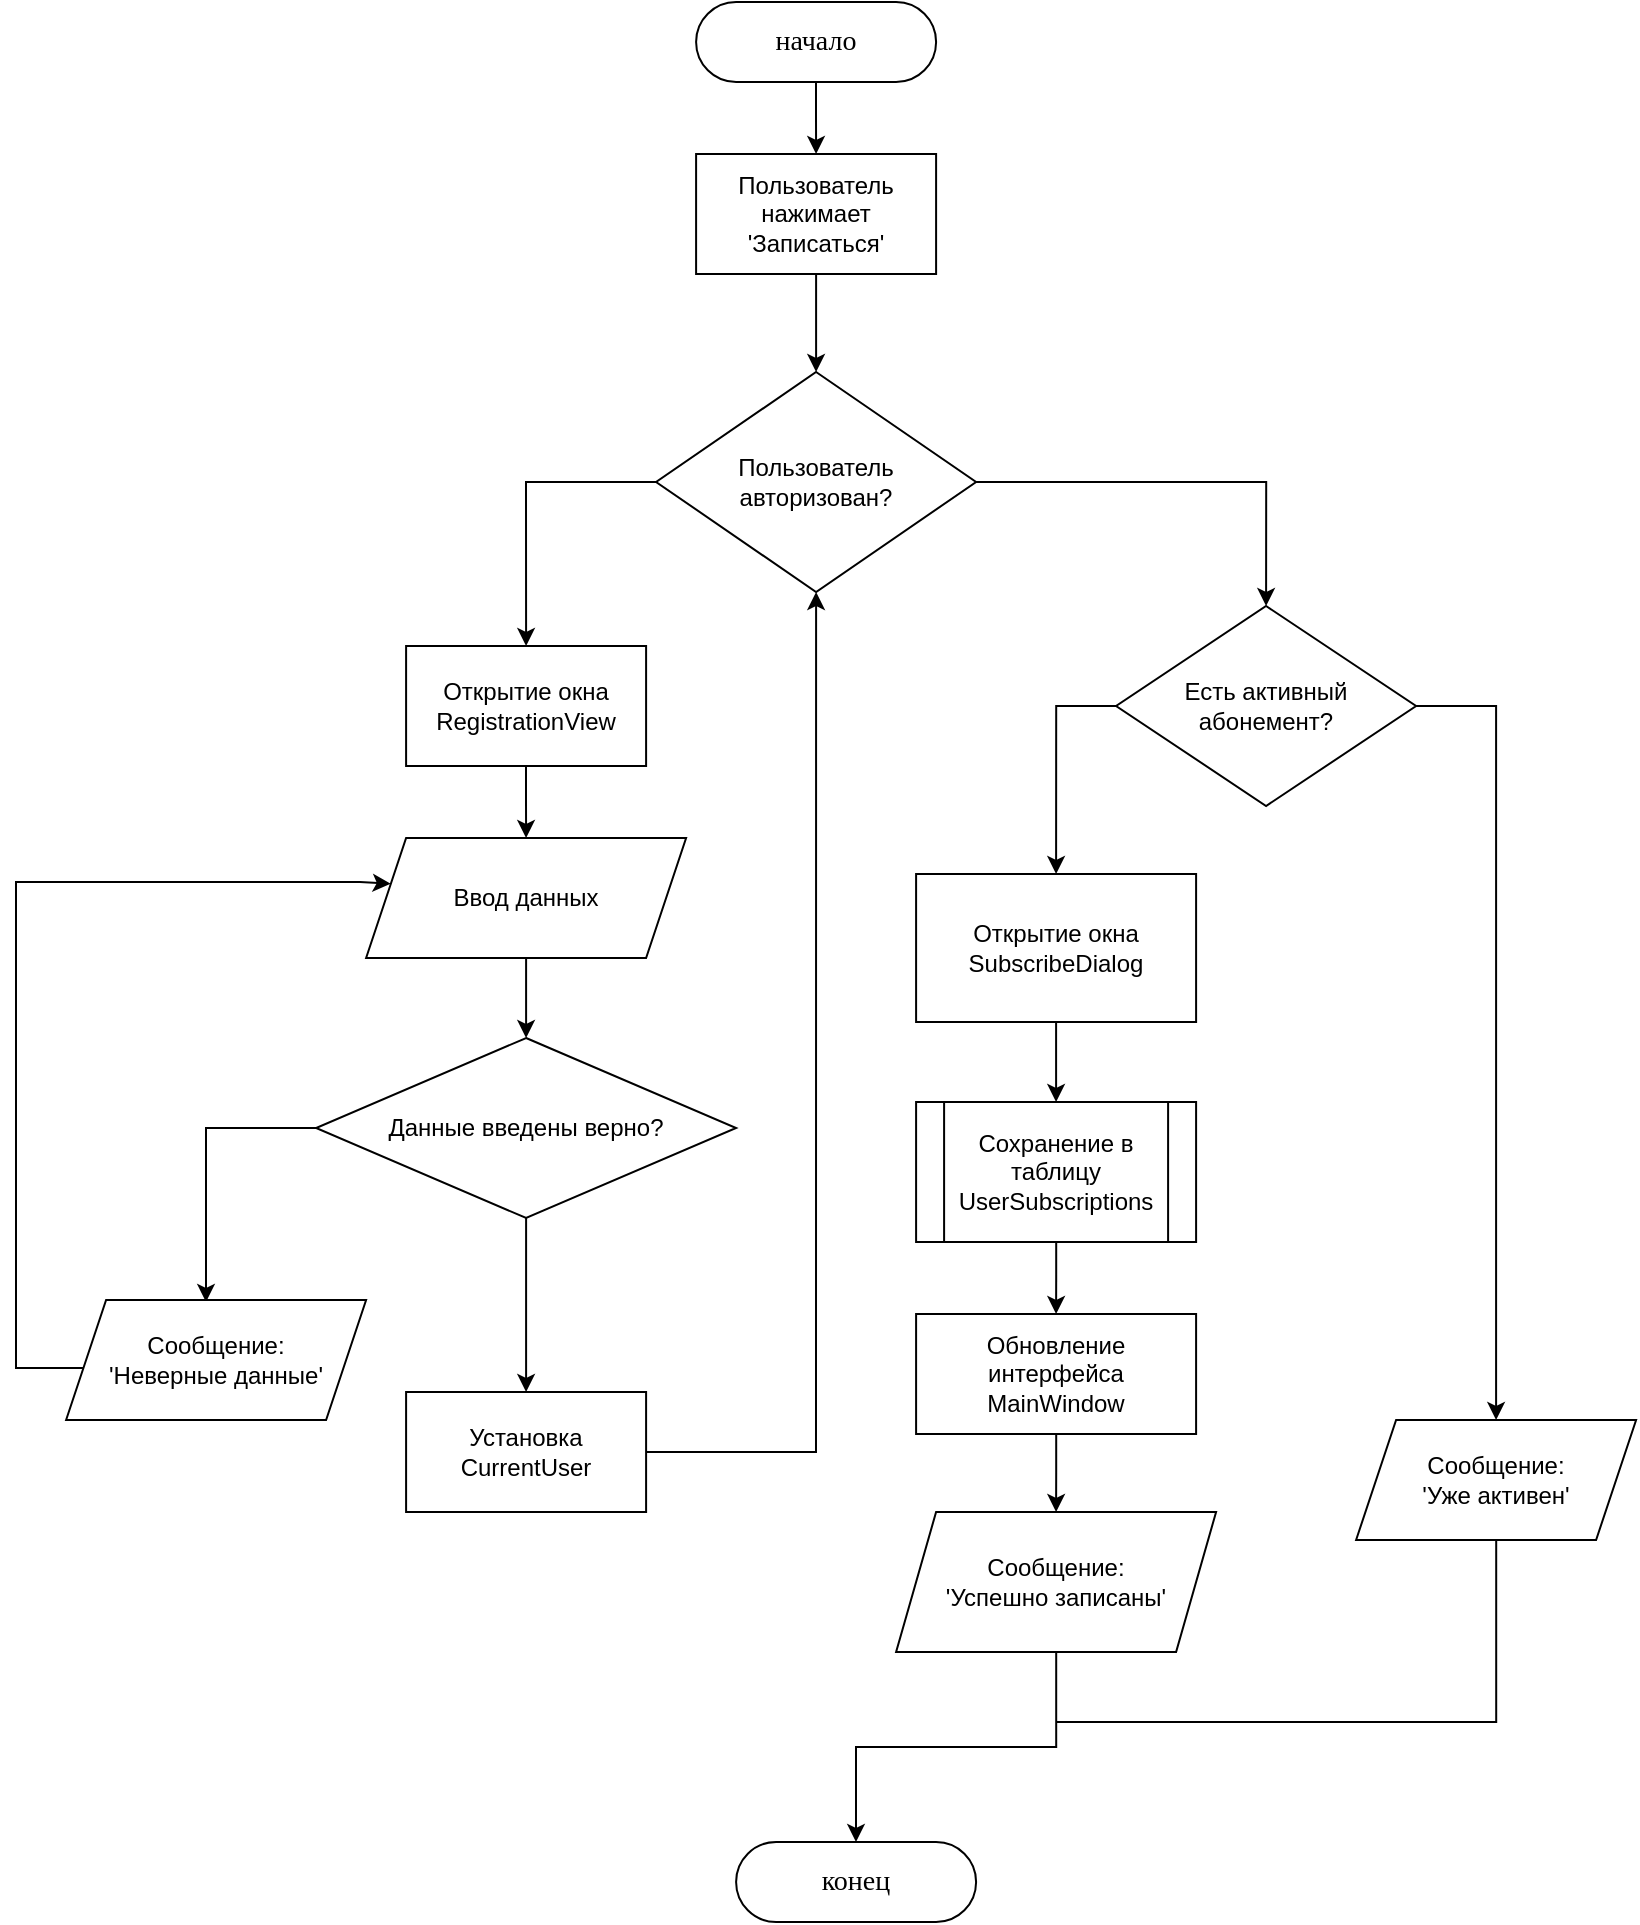
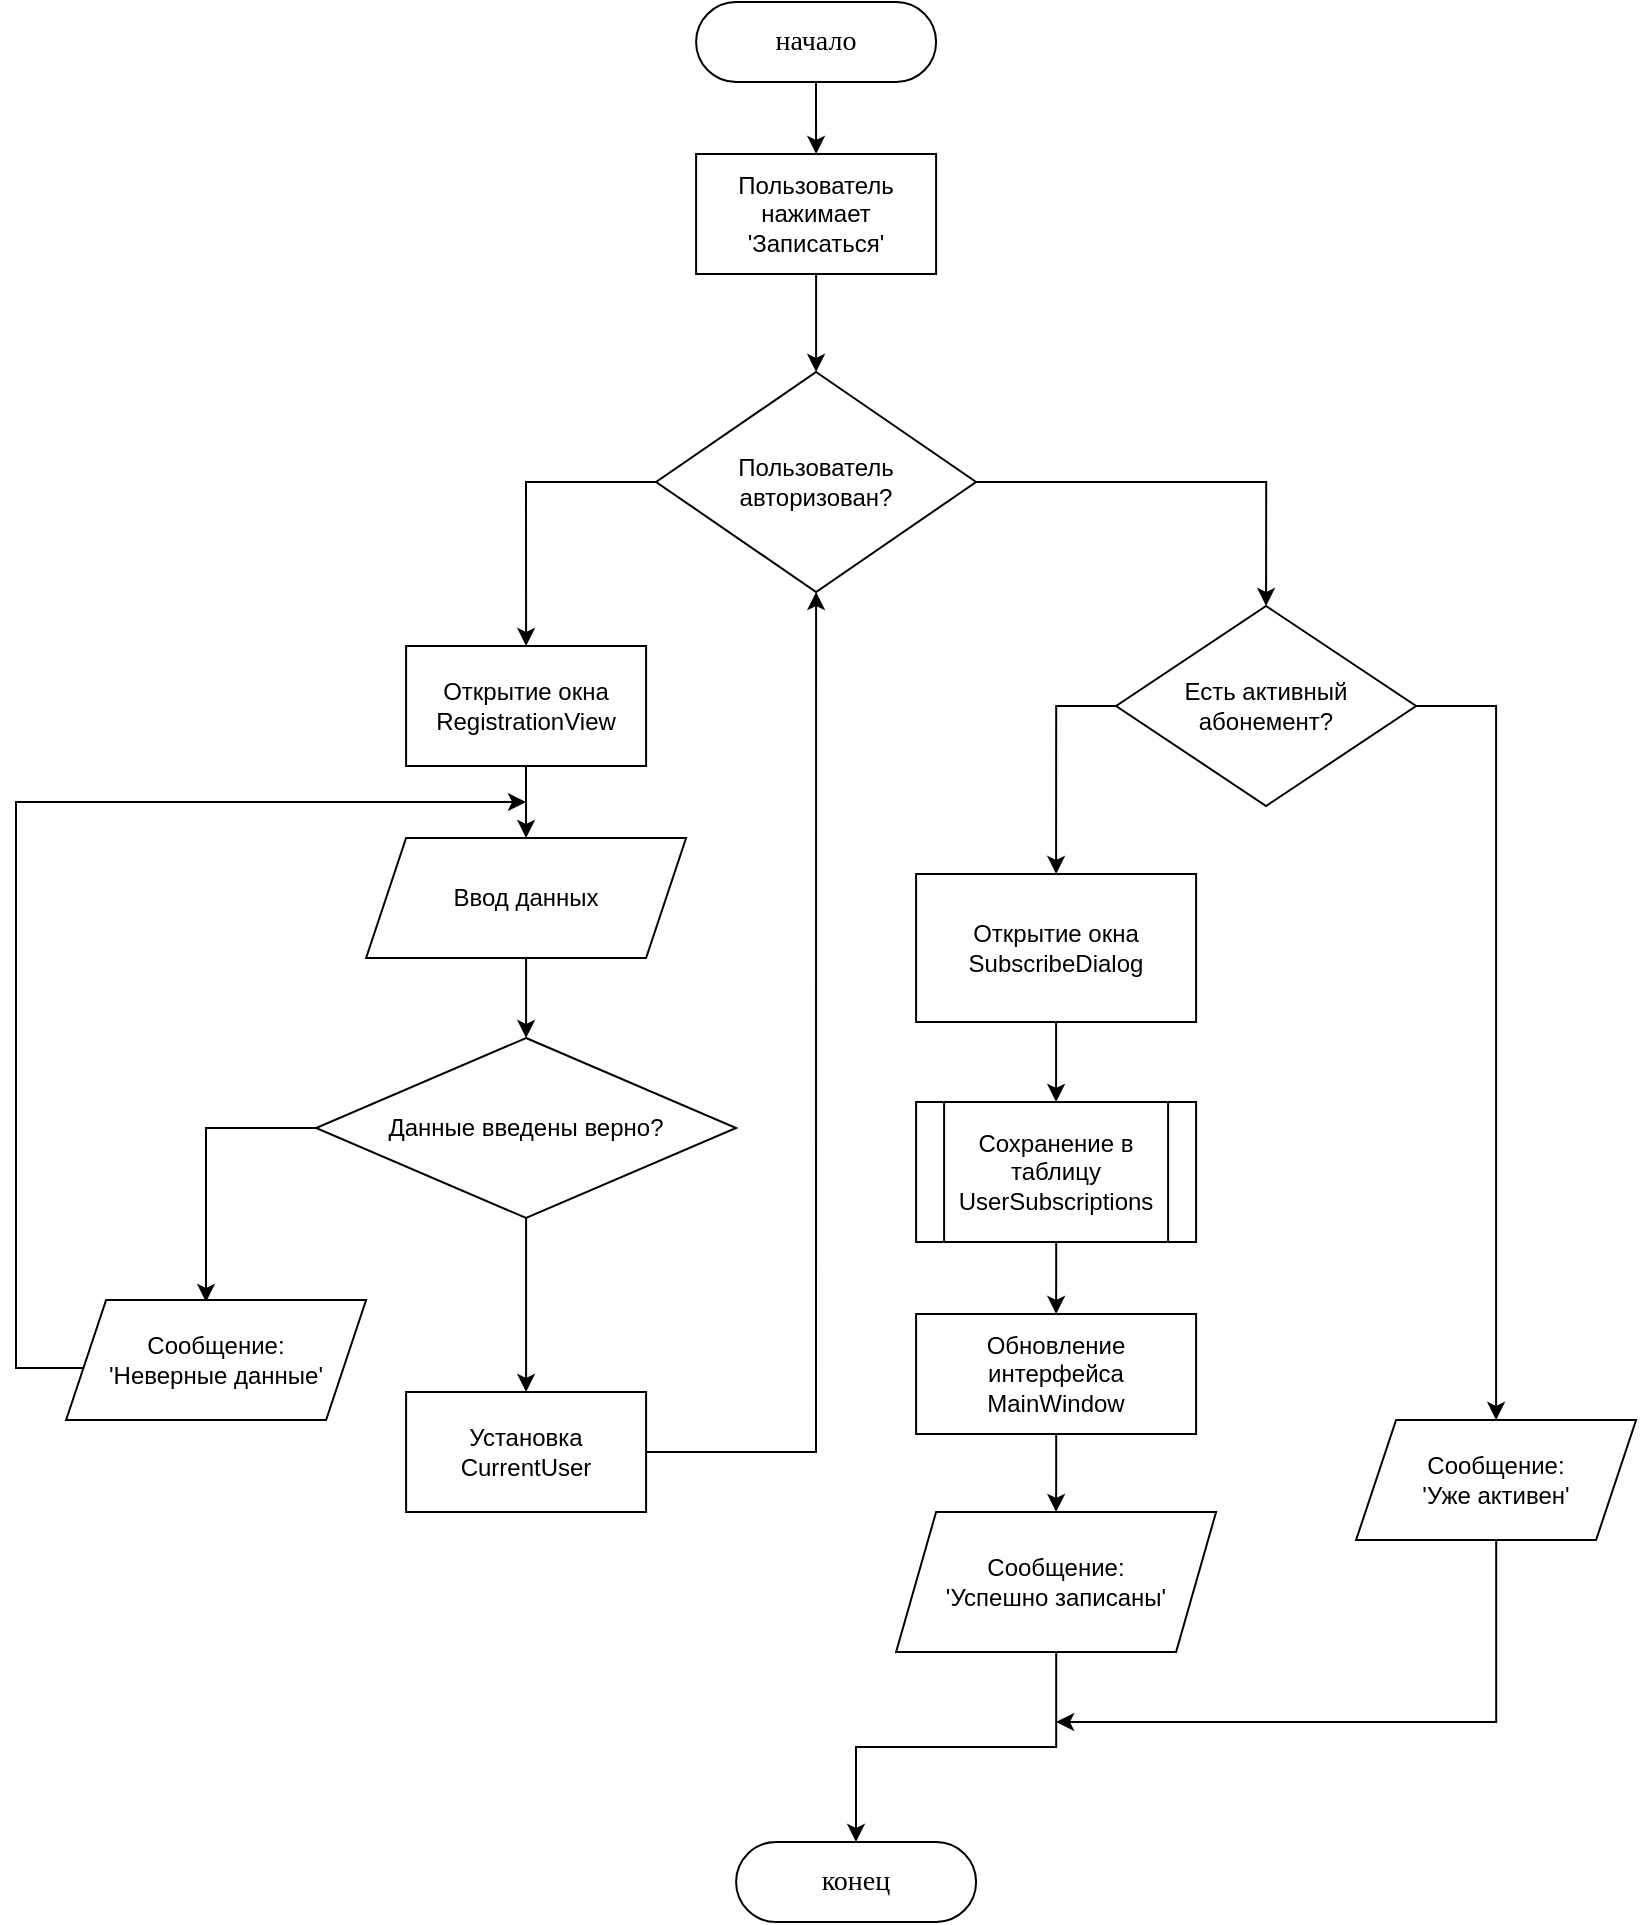
<mxfile host="app.diagrams.net">
  <diagram id="C5RBs43oDa-KdzZeNtuy" name="Page-1">
-     <mxGraphModel dx="890" dy="-1401" grid="1" gridSize="10" guides="1" tooltips="1" connect="1" arrows="1" fold="1" page="1" pageScale="1" pageWidth="827" pageHeight="1169" math="0" shadow="0">
+     <mxGraphModel dx="-621" dy="-2219" grid="1" gridSize="10" guides="1" tooltips="1" connect="1" arrows="1" fold="1" page="1" pageScale="1" pageWidth="827" pageHeight="1169" math="0" shadow="0">
      <root>
        <mxCell id="WIyWlLk6GJQsqaUBKTNV-0" />
        <mxCell id="WIyWlLk6GJQsqaUBKTNV-1" parent="WIyWlLk6GJQsqaUBKTNV-0" />
        <mxCell id="DR_rWH7iAZZxHhWdZTWf-97" edge="1" parent="WIyWlLk6GJQsqaUBKTNV-1" source="DR_rWH7iAZZxHhWdZTWf-95" style="edgeStyle=orthogonalEdgeStyle;rounded=0;orthogonalLoop=1;jettySize=auto;html=1;entryX=0.5;entryY=0;entryDx=0;entryDy=0;" target="DR_rWH7iAZZxHhWdZTWf-96">
          <mxGeometry relative="1" as="geometry" />
        </mxCell>
        <mxCell id="DR_rWH7iAZZxHhWdZTWf-95" parent="WIyWlLk6GJQsqaUBKTNV-1" style="rounded=1;whiteSpace=wrap;html=1;arcSize=50;" value="&lt;font style=&quot;font-size: 14px;&quot; face=&quot;Times New Roman&quot;&gt;начало&lt;/font&gt;" vertex="1">
          <mxGeometry height="40" width="120" x="1180.05" y="2460" as="geometry" />
        </mxCell>
        <mxCell id="DR_rWH7iAZZxHhWdZTWf-104" edge="1" parent="WIyWlLk6GJQsqaUBKTNV-1" source="DR_rWH7iAZZxHhWdZTWf-96" style="edgeStyle=orthogonalEdgeStyle;rounded=0;orthogonalLoop=1;jettySize=auto;html=1;entryX=0.5;entryY=0;entryDx=0;entryDy=0;" target="DR_rWH7iAZZxHhWdZTWf-98">
          <mxGeometry relative="1" as="geometry" />
        </mxCell>
        <mxCell id="DR_rWH7iAZZxHhWdZTWf-96" parent="WIyWlLk6GJQsqaUBKTNV-1" style="rounded=0;whiteSpace=wrap;html=1;" value="Пользователь нажимает&lt;br style=&quot;padding: 0px; margin: 0px;&quot;&gt;&#39;Записаться&#39;" vertex="1">
          <mxGeometry height="60" width="120" x="1180.05" y="2536" as="geometry" />
        </mxCell>
        <mxCell id="DR_rWH7iAZZxHhWdZTWf-105" edge="1" parent="WIyWlLk6GJQsqaUBKTNV-1" source="DR_rWH7iAZZxHhWdZTWf-98" style="edgeStyle=orthogonalEdgeStyle;rounded=0;orthogonalLoop=1;jettySize=auto;html=1;entryX=0.5;entryY=0;entryDx=0;entryDy=0;" target="DR_rWH7iAZZxHhWdZTWf-99">
          <mxGeometry relative="1" as="geometry" />
        </mxCell>
        <mxCell id="DR_rWH7iAZZxHhWdZTWf-115" edge="1" parent="WIyWlLk6GJQsqaUBKTNV-1" source="DR_rWH7iAZZxHhWdZTWf-98" style="edgeStyle=orthogonalEdgeStyle;rounded=0;orthogonalLoop=1;jettySize=auto;html=1;entryX=0.5;entryY=0;entryDx=0;entryDy=0;" target="DR_rWH7iAZZxHhWdZTWf-114">
          <mxGeometry relative="1" as="geometry" />
        </mxCell>
        <mxCell id="DR_rWH7iAZZxHhWdZTWf-98" parent="WIyWlLk6GJQsqaUBKTNV-1" style="rhombus;whiteSpace=wrap;html=1;" value="Пользователь&lt;br style=&quot;padding: 0px; margin: 0px;&quot;&gt;авторизован?" vertex="1">
          <mxGeometry height="110" width="160" x="1160.05" y="2645" as="geometry" />
        </mxCell>
        <mxCell id="DR_rWH7iAZZxHhWdZTWf-106" edge="1" parent="WIyWlLk6GJQsqaUBKTNV-1" source="DR_rWH7iAZZxHhWdZTWf-99" style="edgeStyle=orthogonalEdgeStyle;rounded=0;orthogonalLoop=1;jettySize=auto;html=1;entryX=0.5;entryY=0;entryDx=0;entryDy=0;" target="DR_rWH7iAZZxHhWdZTWf-100">
          <mxGeometry relative="1" as="geometry" />
        </mxCell>
        <mxCell id="DR_rWH7iAZZxHhWdZTWf-99" parent="WIyWlLk6GJQsqaUBKTNV-1" style="rounded=0;whiteSpace=wrap;html=1;" value="Открытие окна&lt;br style=&quot;padding: 0px; margin: 0px;&quot;&gt;RegistrationView" vertex="1">
          <mxGeometry height="60" width="120" x="1035.05" y="2782" as="geometry" />
        </mxCell>
        <mxCell id="DR_rWH7iAZZxHhWdZTWf-107" edge="1" parent="WIyWlLk6GJQsqaUBKTNV-1" source="DR_rWH7iAZZxHhWdZTWf-100" style="edgeStyle=orthogonalEdgeStyle;rounded=0;orthogonalLoop=1;jettySize=auto;html=1;entryX=0.5;entryY=0;entryDx=0;entryDy=0;" target="DR_rWH7iAZZxHhWdZTWf-102">
          <mxGeometry relative="1" as="geometry" />
        </mxCell>
        <mxCell id="DR_rWH7iAZZxHhWdZTWf-100" parent="WIyWlLk6GJQsqaUBKTNV-1" style="shape=parallelogram;perimeter=parallelogramPerimeter;whiteSpace=wrap;html=1;fixedSize=1;" value="Ввод данных" vertex="1">
          <mxGeometry height="60" width="160" x="1015.05" y="2878" as="geometry" />
        </mxCell>
        <mxCell id="DR_rWH7iAZZxHhWdZTWf-109" edge="1" parent="WIyWlLk6GJQsqaUBKTNV-1" source="DR_rWH7iAZZxHhWdZTWf-102" style="edgeStyle=orthogonalEdgeStyle;rounded=0;orthogonalLoop=1;jettySize=auto;html=1;">
          <mxGeometry relative="1" as="geometry">
            <Array as="points">
              <mxPoint x="935" y="3023" />
              <mxPoint x="935" y="3109" />
            </Array>
            <mxPoint x="935" y="3110" as="targetPoint" />
          </mxGeometry>
        </mxCell>
        <mxCell id="DR_rWH7iAZZxHhWdZTWf-112" edge="1" parent="WIyWlLk6GJQsqaUBKTNV-1" source="DR_rWH7iAZZxHhWdZTWf-102" style="edgeStyle=orthogonalEdgeStyle;rounded=0;orthogonalLoop=1;jettySize=auto;html=1;entryX=0.5;entryY=0;entryDx=0;entryDy=0;" target="DR_rWH7iAZZxHhWdZTWf-111">
          <mxGeometry relative="1" as="geometry" />
        </mxCell>
        <mxCell id="DR_rWH7iAZZxHhWdZTWf-102" parent="WIyWlLk6GJQsqaUBKTNV-1" style="rhombus;whiteSpace=wrap;html=1;" value="Данные введены верно?" vertex="1">
          <mxGeometry height="90" width="210" x="990.05" y="2978" as="geometry" />
        </mxCell>
-         <mxCell id="DR_rWH7iAZZxHhWdZTWf-110" edge="1" parent="WIyWlLk6GJQsqaUBKTNV-1" source="DR_rWH7iAZZxHhWdZTWf-103" style="edgeStyle=orthogonalEdgeStyle;rounded=0;orthogonalLoop=1;jettySize=auto;html=1;entryX=0.077;entryY=0.381;entryDx=0;entryDy=0;entryPerimeter=0;" target="DR_rWH7iAZZxHhWdZTWf-100">
+         <mxCell id="DR_rWH7iAZZxHhWdZTWf-110" edge="1" parent="WIyWlLk6GJQsqaUBKTNV-1" source="DR_rWH7iAZZxHhWdZTWf-103" style="edgeStyle=orthogonalEdgeStyle;rounded=0;orthogonalLoop=1;jettySize=auto;html=1;">
          <mxGeometry relative="1" as="geometry">
            <Array as="points">
              <mxPoint x="840" y="3143" />
-               <mxPoint x="840" y="2900" />
-               <mxPoint x="1012" y="2900" />
+               <mxPoint x="840" y="2860" />
            </Array>
+             <mxPoint x="1095" y="2860" as="targetPoint" />
          </mxGeometry>
        </mxCell>
        <mxCell id="DR_rWH7iAZZxHhWdZTWf-103" parent="WIyWlLk6GJQsqaUBKTNV-1" style="shape=parallelogram;perimeter=parallelogramPerimeter;whiteSpace=wrap;html=1;fixedSize=1;" value="Сообщение:&lt;br style=&quot;padding: 0px; margin: 0px;&quot;&gt;&#39;Неверные данные&#39;" vertex="1">
          <mxGeometry height="60" width="150" x="865.05" y="3109" as="geometry" />
        </mxCell>
        <mxCell id="DR_rWH7iAZZxHhWdZTWf-113" edge="1" parent="WIyWlLk6GJQsqaUBKTNV-1" source="DR_rWH7iAZZxHhWdZTWf-111" style="edgeStyle=orthogonalEdgeStyle;rounded=0;orthogonalLoop=1;jettySize=auto;html=1;entryX=0.5;entryY=1;entryDx=0;entryDy=0;" target="DR_rWH7iAZZxHhWdZTWf-98">
          <mxGeometry relative="1" as="geometry" />
        </mxCell>
        <mxCell id="DR_rWH7iAZZxHhWdZTWf-111" parent="WIyWlLk6GJQsqaUBKTNV-1" style="rounded=0;whiteSpace=wrap;html=1;" value="Установка&lt;br style=&quot;padding: 0px; margin: 0px;&quot;&gt;CurrentUser" vertex="1">
          <mxGeometry height="60" width="120" x="1035.05" y="3155" as="geometry" />
        </mxCell>
        <mxCell id="DR_rWH7iAZZxHhWdZTWf-117" edge="1" parent="WIyWlLk6GJQsqaUBKTNV-1" source="DR_rWH7iAZZxHhWdZTWf-114" style="edgeStyle=orthogonalEdgeStyle;rounded=0;orthogonalLoop=1;jettySize=auto;html=1;" target="DR_rWH7iAZZxHhWdZTWf-116">
          <mxGeometry relative="1" as="geometry">
            <Array as="points">
              <mxPoint x="1580.05" y="2812" />
            </Array>
          </mxGeometry>
        </mxCell>
        <mxCell id="DR_rWH7iAZZxHhWdZTWf-119" edge="1" parent="WIyWlLk6GJQsqaUBKTNV-1" source="DR_rWH7iAZZxHhWdZTWf-114" style="edgeStyle=orthogonalEdgeStyle;rounded=0;orthogonalLoop=1;jettySize=auto;html=1;entryX=0.5;entryY=0;entryDx=0;entryDy=0;exitX=0;exitY=0.5;exitDx=0;exitDy=0;" target="DR_rWH7iAZZxHhWdZTWf-118">
          <mxGeometry relative="1" as="geometry" />
        </mxCell>
        <mxCell id="DR_rWH7iAZZxHhWdZTWf-114" parent="WIyWlLk6GJQsqaUBKTNV-1" style="rhombus;whiteSpace=wrap;html=1;" value="Есть активный&lt;br style=&quot;padding: 0px; margin: 0px;&quot;&gt;абонемент?" vertex="1">
          <mxGeometry height="100" width="150" x="1390.05" y="2762" as="geometry" />
        </mxCell>
-         <mxCell id="DR_rWH7iAZZxHhWdZTWf-128" edge="1" parent="WIyWlLk6GJQsqaUBKTNV-1" source="DR_rWH7iAZZxHhWdZTWf-116" style="edgeStyle=orthogonalEdgeStyle;rounded=0;orthogonalLoop=1;jettySize=auto;html=1;endArrow=none;endFill=0;">
+         <mxCell id="DR_rWH7iAZZxHhWdZTWf-128" edge="1" parent="WIyWlLk6GJQsqaUBKTNV-1" source="DR_rWH7iAZZxHhWdZTWf-116" style="edgeStyle=orthogonalEdgeStyle;rounded=0;orthogonalLoop=1;jettySize=auto;html=1;endArrow=classic;endFill=1;startArrow=none;startFill=0;">
          <mxGeometry relative="1" as="geometry">
            <Array as="points">
              <mxPoint x="1580.05" y="3320" />
            </Array>
            <mxPoint x="1360.05" y="3320" as="targetPoint" />
          </mxGeometry>
        </mxCell>
        <mxCell id="DR_rWH7iAZZxHhWdZTWf-116" parent="WIyWlLk6GJQsqaUBKTNV-1" style="shape=parallelogram;perimeter=parallelogramPerimeter;whiteSpace=wrap;html=1;fixedSize=1;" value="Сообщение:&lt;br style=&quot;padding: 0px; margin: 0px;&quot;&gt;&#39;Уже активен&#39;" vertex="1">
          <mxGeometry height="60" width="140" x="1510.05" y="3169" as="geometry" />
        </mxCell>
        <mxCell id="DR_rWH7iAZZxHhWdZTWf-121" edge="1" parent="WIyWlLk6GJQsqaUBKTNV-1" source="DR_rWH7iAZZxHhWdZTWf-118" style="edgeStyle=orthogonalEdgeStyle;rounded=0;orthogonalLoop=1;jettySize=auto;html=1;entryX=0.5;entryY=0;entryDx=0;entryDy=0;" target="DR_rWH7iAZZxHhWdZTWf-120">
          <mxGeometry relative="1" as="geometry" />
        </mxCell>
        <mxCell id="DR_rWH7iAZZxHhWdZTWf-118" parent="WIyWlLk6GJQsqaUBKTNV-1" style="rounded=0;whiteSpace=wrap;html=1;" value="Открытие окна&lt;br style=&quot;padding: 0px; margin: 0px;&quot;&gt;SubscribeDialog" vertex="1">
          <mxGeometry height="74" width="140" x="1290.05" y="2896" as="geometry" />
        </mxCell>
        <mxCell id="DR_rWH7iAZZxHhWdZTWf-123" edge="1" parent="WIyWlLk6GJQsqaUBKTNV-1" source="DR_rWH7iAZZxHhWdZTWf-120" style="edgeStyle=orthogonalEdgeStyle;rounded=0;orthogonalLoop=1;jettySize=auto;html=1;entryX=0.5;entryY=0;entryDx=0;entryDy=0;" target="DR_rWH7iAZZxHhWdZTWf-122">
          <mxGeometry relative="1" as="geometry" />
        </mxCell>
        <mxCell id="DR_rWH7iAZZxHhWdZTWf-120" parent="WIyWlLk6GJQsqaUBKTNV-1" style="shape=process;whiteSpace=wrap;html=1;backgroundOutline=1;" value="Сохранение в таблицу&lt;br style=&quot;padding: 0px; margin: 0px;&quot;&gt;UserSubscriptions" vertex="1">
          <mxGeometry height="70" width="140" x="1290.05" y="3010" as="geometry" />
        </mxCell>
        <mxCell id="DR_rWH7iAZZxHhWdZTWf-125" edge="1" parent="WIyWlLk6GJQsqaUBKTNV-1" source="DR_rWH7iAZZxHhWdZTWf-122" style="edgeStyle=orthogonalEdgeStyle;rounded=0;orthogonalLoop=1;jettySize=auto;html=1;entryX=0.5;entryY=0;entryDx=0;entryDy=0;" target="DR_rWH7iAZZxHhWdZTWf-124">
          <mxGeometry relative="1" as="geometry" />
        </mxCell>
        <mxCell id="DR_rWH7iAZZxHhWdZTWf-122" parent="WIyWlLk6GJQsqaUBKTNV-1" style="rounded=0;whiteSpace=wrap;html=1;" value="&lt;div&gt;Обновление интерфейса&lt;/div&gt;&lt;div&gt;MainWindow&lt;/div&gt;" vertex="1">
          <mxGeometry height="60" width="140" x="1290.05" y="3116" as="geometry" />
        </mxCell>
        <mxCell id="DR_rWH7iAZZxHhWdZTWf-127" edge="1" parent="WIyWlLk6GJQsqaUBKTNV-1" source="DR_rWH7iAZZxHhWdZTWf-124" style="edgeStyle=orthogonalEdgeStyle;rounded=0;orthogonalLoop=1;jettySize=auto;html=1;" target="DR_rWH7iAZZxHhWdZTWf-126">
          <mxGeometry relative="1" as="geometry" />
        </mxCell>
        <mxCell id="DR_rWH7iAZZxHhWdZTWf-124" parent="WIyWlLk6GJQsqaUBKTNV-1" style="shape=parallelogram;perimeter=parallelogramPerimeter;whiteSpace=wrap;html=1;fixedSize=1;" value="Сообщение:&lt;br style=&quot;padding: 0px; margin: 0px;&quot;&gt;&#39;Успешно записаны&#39;" vertex="1">
          <mxGeometry height="70" width="160" x="1280.05" y="3215" as="geometry" />
        </mxCell>
        <mxCell id="DR_rWH7iAZZxHhWdZTWf-126" parent="WIyWlLk6GJQsqaUBKTNV-1" style="rounded=1;whiteSpace=wrap;html=1;arcSize=50;" value="&lt;font style=&quot;font-size: 14px;&quot; face=&quot;Times New Roman&quot;&gt;конец&lt;/font&gt;" vertex="1">
          <mxGeometry height="40" width="120" x="1200.05" y="3380" as="geometry" />
        </mxCell>
      </root>
    </mxGraphModel>
  </diagram>
</mxfile>
